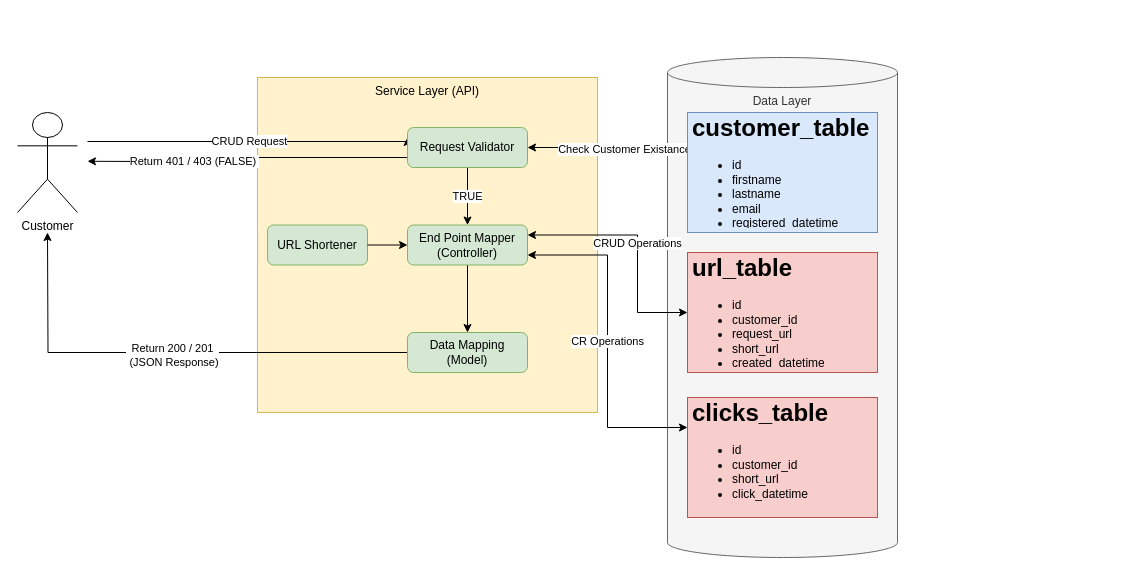
This is page "Low Level" (2 of 3) of High Level Overview.drawio from eldrad294/Backend-Link-Shortener, a draw.io file, before an edit. Source tidied: cells renumbered, new cells numbered last; positions are measured from the earlier drawing's top-left corner, leaving out a move shared by most shapes. Both pictures are drawn from the tidied source at 100%, with x=0, y=0 at pixel (17, 57).
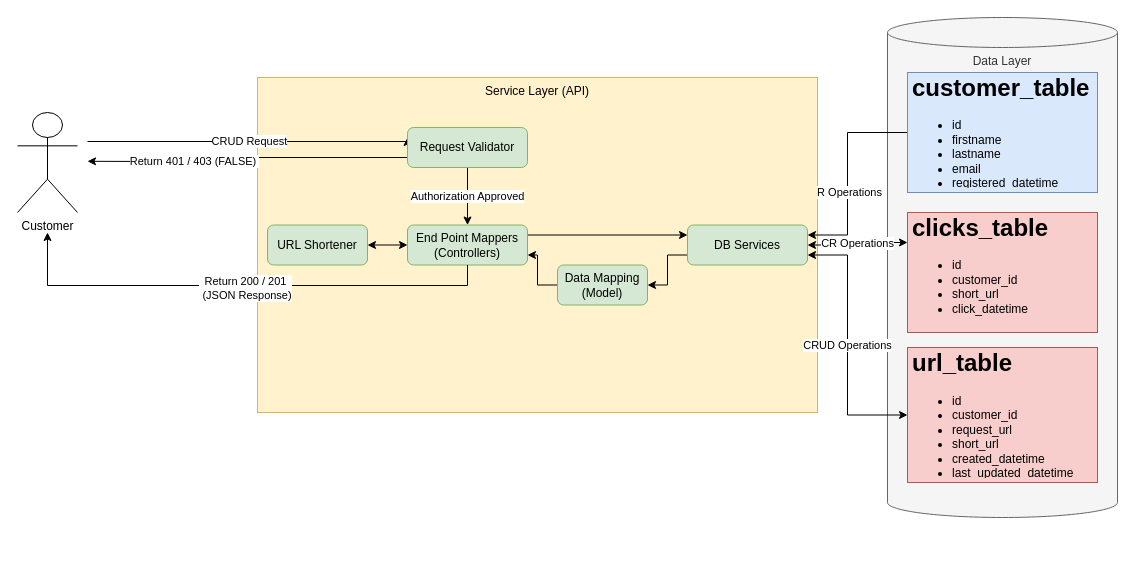
The same diagram, later.

The change refers to these unchanged cells:
```xml
<mxCell id="11" value="Request Validator" style="rounded=1;whiteSpace=wrap;html=1;align=center;verticalAlign=middle;fillColor=#d5e8d4;strokeColor=#82b366;" parent="1" vertex="1">
  <mxGeometry x="390" y="70" width="120" height="40" as="geometry" />
</mxCell>
<mxCell id="20" value="URL Shortener" style="rounded=1;whiteSpace=wrap;html=1;align=center;verticalAlign=middle;fillColor=#d5e8d4;strokeColor=#82b366;" parent="1" vertex="1">
  <mxGeometry x="250" y="167.5" width="100" height="40" as="geometry" />
</mxCell>
```

Diff of the diagram source:
```diff
@@
     <mxCell id="2" value="Service Layer (API)" style="rounded=0;whiteSpace=wrap;html=1;verticalAlign=top;align=center;fillColor=#fff2cc;strokeColor=#d6b656;" parent="1" vertex="1">
-      <mxGeometry x="240" y="20" width="340" height="335" as="geometry" />
+      <mxGeometry x="240" y="20" width="560" height="335" as="geometry" />
     </mxCell>
@@
     <mxCell id="4" value="Data Layer" style="shape=cylinder3;whiteSpace=wrap;html=1;boundedLbl=1;backgroundOutline=1;size=15;align=center;verticalAlign=top;fillColor=#f5f5f5;strokeColor=#666666;fontColor=#333333;" parent="1" vertex="1">
-      <mxGeometry x="650" width="230" height="500" as="geometry" />
+      <mxGeometry x="870" y="-40" width="230" height="500" as="geometry" />
     </mxCell>
-    <mxCell id="5" style="edgeStyle=orthogonalEdgeStyle;rounded=0;jettySize=auto;html=1;entryX=1;entryY=0.5;entryDx=0;entryDy=0;startArrow=none;startFill=0;" parent="1" edge="1" target="11">
+    <mxCell id="5" style="edgeStyle=orthogonalEdgeStyle;rounded=0;jettySize=auto;html=1;startArrow=none;startFill=0;exitX=0;exitY=0.5;exitDx=0;exitDy=0;entryX=1;entryY=0.25;entryDx=0;entryDy=0;" parent="1" edge="1" source="19" target="27">
       <mxGeometry relative="1" as="geometry">
-        <mxPoint x="650" y="94" as="sourcePoint" />
         <Array as="points">
-          <mxPoint x="695" y="94" />
+          <mxPoint x="830" y="75" />
+          <mxPoint x="830" y="178" />
         </Array>
       </mxGeometry>
     </mxCell>
-    <mxCell id="6" value="Check Customer Existance" style="edgeLabel;html=1;align=center;verticalAlign=middle;" parent="5" vertex="1">
+    <mxCell id="6" value="R Operations" style="edgeLabel;html=1;align=center;verticalAlign=middle;" parent="5" vertex="1">
       <mxGeometry x="0.18" y="1" relative="1" as="geometry" />
     </mxCell>
@@
-    <mxCell id="10" value="TRUE" style="edgeStyle=orthogonalEdgeStyle;rounded=0;jettySize=auto;html=1;startArrow=none;startFill=0;" parent="1" edge="1" source="11" target="13">
+    <mxCell id="10" value="Authorization Approved" style="edgeStyle=orthogonalEdgeStyle;rounded=0;jettySize=auto;html=1;startArrow=none;startFill=0;" parent="1" edge="1" source="11" target="13">
       <mxGeometry relative="1" as="geometry" />
     </mxCell>
@@
-    <mxCell id="12" style="edgeStyle=orthogonalEdgeStyle;rounded=0;jettySize=auto;html=1;exitX=0.5;exitY=1;exitDx=0;exitDy=0;startArrow=none;startFill=0;" parent="1" edge="1" source="13" target="16">
-      <mxGeometry relative="1" as="geometry" />
-    </mxCell>
+    <mxCell id="24" style="edgeStyle=orthogonalEdgeStyle;rounded=0;jettySize=auto;html=1;exitX=1;exitY=0.25;exitDx=0;exitDy=0;entryX=0;entryY=0.25;entryDx=0;entryDy=0;startArrow=none;startFill=0;endArrow=classic;endFill=1;" parent="1" edge="1" source="13" target="27">
+      <mxGeometry relative="1" as="geometry" />
+    </mxCell>
-    <mxCell id="13" value="End Point Mapper (Controller)" style="rounded=1;whiteSpace=wrap;html=1;align=center;verticalAlign=middle;fillColor=#d5e8d4;strokeColor=#82b366;" parent="1" vertex="1">
+    <mxCell id="13" value="End Point Mappers (Controllers)" style="rounded=1;whiteSpace=wrap;html=1;align=center;verticalAlign=middle;fillColor=#d5e8d4;strokeColor=#82b366;" parent="1" vertex="1">
       <mxGeometry x="390" y="167.5" width="120" height="40" as="geometry" />
     </mxCell>
-    <mxCell id="14" style="edgeStyle=orthogonalEdgeStyle;rounded=0;jettySize=auto;html=1;exitX=0;exitY=0.5;exitDx=0;exitDy=0;startArrow=none;startFill=0;" parent="1" edge="1" source="16">
+    <mxCell id="14" style="edgeStyle=orthogonalEdgeStyle;rounded=0;jettySize=auto;html=1;startArrow=none;startFill=0;exitX=0.5;exitY=1;exitDx=0;exitDy=0;" parent="1" edge="1" source="13">
       <mxGeometry relative="1" as="geometry">
         <mxPoint x="30" y="175" as="targetPoint" />
+        <Array as="points">
+          <mxPoint x="450" y="228" />
+          <mxPoint x="30" y="228" />
+        </Array>
       </mxGeometry>
     </mxCell>
@@
+    <mxCell id="25" style="edgeStyle=orthogonalEdgeStyle;rounded=0;jettySize=auto;html=1;exitX=0;exitY=0.5;exitDx=0;exitDy=0;entryX=1;entryY=0.75;entryDx=0;entryDy=0;startArrow=none;startFill=0;endArrow=classic;endFill=1;" parent="1" edge="1" source="16" target="13">
+      <mxGeometry relative="1" as="geometry" />
+    </mxCell>
     <mxCell id="16" value="Data Mapping (Model)" style="rounded=1;whiteSpace=wrap;html=1;align=center;verticalAlign=middle;fillColor=#d5e8d4;strokeColor=#82b366;" parent="1" vertex="1">
-      <mxGeometry x="390" y="275" width="120" height="40" as="geometry" />
+      <mxGeometry x="540" y="207.5" width="90" height="40" as="geometry" />
     </mxCell>
-    <mxCell id="17" value="CRUD Operations" style="edgeStyle=orthogonalEdgeStyle;rounded=0;jettySize=auto;html=1;startArrow=classic;startFill=1;entryX=1;entryY=0.25;entryDx=0;entryDy=0;" parent="1" edge="1" source="18" target="13">
+    <mxCell id="17" value="CRUD Operations" style="edgeStyle=orthogonalEdgeStyle;rounded=0;jettySize=auto;html=1;startArrow=classic;startFill=1;exitX=0;exitY=0.5;exitDx=0;exitDy=0;entryX=1;entryY=0.75;entryDx=0;entryDy=0;" parent="1" edge="1" source="18" target="27">
       <mxGeometry relative="1" as="geometry">
         <Array as="points">
-          <mxPoint x="620" y="255" />
-          <mxPoint x="620" y="178" />
+          <mxPoint x="830" y="358" />
+          <mxPoint x="830" y="198" />
         </Array>
       </mxGeometry>
     </mxCell>
-    <mxCell id="18" value="&lt;h1&gt;url_table&lt;/h1&gt;&lt;p&gt;&lt;/p&gt;&lt;ul&gt;&lt;li&gt;&lt;span&gt;id&lt;/span&gt;&lt;/li&gt;&lt;li&gt;&lt;span&gt;customer_id&lt;/span&gt;&lt;br&gt;&lt;/li&gt;&lt;li&gt;request_url&lt;/li&gt;&lt;li&gt;short_url&lt;/li&gt;&lt;li&gt;created_datetime&lt;/li&gt;&lt;/ul&gt;&lt;p&gt;&lt;/p&gt;" style="text;html=1;strokeColor=#b85450;fillColor=#f8cecc;spacing=5;spacingTop=-20;whiteSpace=wrap;overflow=hidden;rounded=0;align=left;verticalAlign=middle;" parent="1" vertex="1">
-      <mxGeometry x="670" y="195" width="190" height="120" as="geometry" />
+    <mxCell id="18" value="&lt;h1&gt;url_table&lt;/h1&gt;&lt;p&gt;&lt;/p&gt;&lt;ul&gt;&lt;li&gt;&lt;span&gt;id&lt;/span&gt;&lt;/li&gt;&lt;li&gt;&lt;span&gt;customer_id&lt;/span&gt;&lt;br&gt;&lt;/li&gt;&lt;li&gt;request_url&lt;/li&gt;&lt;li&gt;short_url&lt;/li&gt;&lt;li&gt;created_datetime&lt;/li&gt;&lt;li&gt;last_updated_datetime&lt;/li&gt;&lt;/ul&gt;&lt;p&gt;&lt;/p&gt;" style="text;html=1;strokeColor=#b85450;fillColor=#f8cecc;spacing=5;spacingTop=-20;whiteSpace=wrap;overflow=hidden;rounded=0;align=left;verticalAlign=middle;" parent="1" vertex="1">
+      <mxGeometry x="890" y="290" width="190" height="135" as="geometry" />
     </mxCell>
     <mxCell id="19" value="&lt;h1&gt;customer_table&lt;/h1&gt;&lt;p&gt;&lt;/p&gt;&lt;ul&gt;&lt;li&gt;id&lt;/li&gt;&lt;li&gt;firstname&lt;/li&gt;&lt;li&gt;lastname&lt;/li&gt;&lt;li&gt;email&lt;/li&gt;&lt;li&gt;registered_datetime&lt;/li&gt;&lt;/ul&gt;&lt;p&gt;&lt;/p&gt;" style="text;html=1;strokeColor=#6c8ebf;fillColor=#dae8fc;spacing=5;spacingTop=-20;whiteSpace=wrap;overflow=hidden;rounded=0;align=left;verticalAlign=middle;shadow=0;" parent="1" vertex="1">
-      <mxGeometry x="670" y="55" width="190" height="120" as="geometry" />
+      <mxGeometry x="890" y="15" width="190" height="120" as="geometry" />
     </mxCell>
@@
-    <mxCell id="21" style="edgeStyle=orthogonalEdgeStyle;rounded=0;jettySize=auto;html=1;startArrow=none;startFill=0;entryX=0;entryY=0.5;entryDx=0;entryDy=0;" parent="1" edge="1" source="20" target="13">
+    <mxCell id="21" style="edgeStyle=orthogonalEdgeStyle;rounded=0;jettySize=auto;html=1;startArrow=classic;startFill=1;entryX=0;entryY=0.5;entryDx=0;entryDy=0;" parent="1" edge="1" source="20" target="13">
       <mxGeometry relative="1" as="geometry" />
     </mxCell>
-    <mxCell id="22" value="CR Operations" style="edgeStyle=orthogonalEdgeStyle;rounded=0;jettySize=auto;html=1;exitX=0;exitY=0.25;exitDx=0;exitDy=0;entryX=1;entryY=0.75;entryDx=0;entryDy=0;startArrow=classic;startFill=1;endArrow=classic;endFill=1;" parent="1" edge="1" source="23" target="13">
+    <mxCell id="22" value="CR Operations" style="edgeStyle=orthogonalEdgeStyle;rounded=0;jettySize=auto;html=1;exitX=0;exitY=0.25;exitDx=0;exitDy=0;startArrow=classic;startFill=1;endArrow=classic;endFill=1;entryX=1;entryY=0.5;entryDx=0;entryDy=0;" parent="1" edge="1" source="23" target="27">
       <mxGeometry relative="1" as="geometry" />
     </mxCell>
     <mxCell id="23" value="&lt;h1&gt;clicks_table&lt;/h1&gt;&lt;p&gt;&lt;/p&gt;&lt;ul&gt;&lt;li&gt;id&lt;/li&gt;&lt;li&gt;customer_id&lt;/li&gt;&lt;li&gt;short_url&lt;/li&gt;&lt;li&gt;click_datetime&lt;/li&gt;&lt;/ul&gt;&lt;p&gt;&lt;/p&gt;" style="text;html=1;strokeColor=#b85450;fillColor=#f8cecc;spacing=5;spacingTop=-20;whiteSpace=wrap;overflow=hidden;rounded=0;align=left;verticalAlign=middle;" parent="1" vertex="1">
-      <mxGeometry x="670" y="340" width="190" height="120" as="geometry" />
+      <mxGeometry x="890" y="155" width="190" height="120" as="geometry" />
     </mxCell>
+    <mxCell id="26" style="edgeStyle=orthogonalEdgeStyle;rounded=0;jettySize=auto;html=1;exitX=0;exitY=0.75;exitDx=0;exitDy=0;entryX=1;entryY=0.5;entryDx=0;entryDy=0;startArrow=none;startFill=0;endArrow=classic;endFill=1;" parent="1" edge="1" source="27" target="16">
+      <mxGeometry relative="1" as="geometry" />
+    </mxCell>
+    <mxCell id="27" value="DB Services" style="rounded=1;whiteSpace=wrap;html=1;align=center;verticalAlign=middle;fillColor=#d5e8d4;strokeColor=#82b366;" parent="1" vertex="1">
+      <mxGeometry x="670" y="167.5" width="120" height="40" as="geometry" />
+    </mxCell>
```
